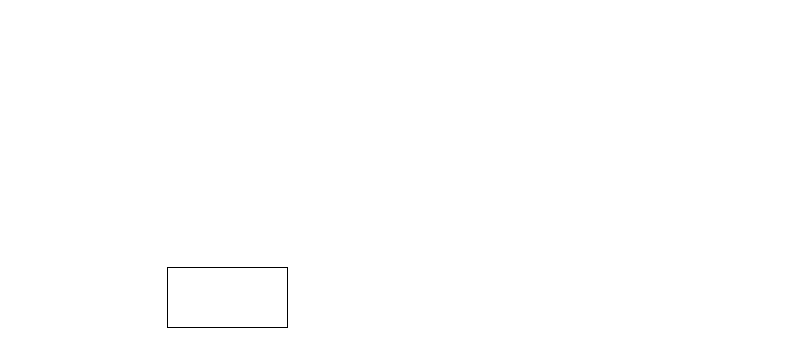
The draw.io diagram docs/Untitled Diagram.drawio in bviran01/dental-claims, before the edit. Source tidied: cells renumbered, new cells numbered last; positions are measured from the earlier drawing's top-left corner, leaving out a move shared by most shapes. Both pictures are drawn from the tidied source at 100%, with x=0, y=0 at pixel (167, 267).
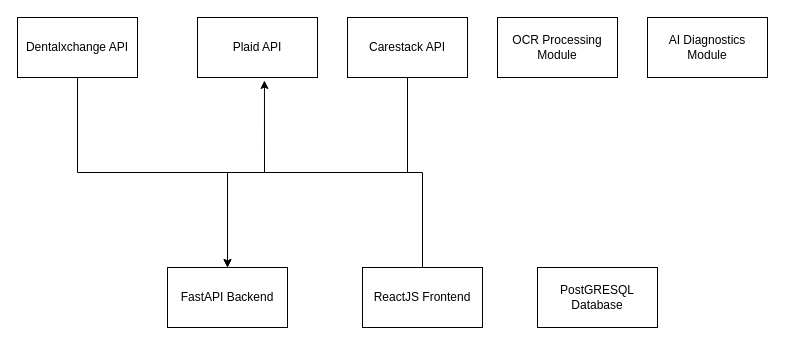
Above is the later version.

The edit, as a diff of the source:
```diff
@@
 <mxGraphModel>
   <root>
     <mxCell id="0" />
     <mxCell id="1" parent="0" />
-    <mxCell id="2" style="rounded=0;whiteSpace=wrap;html=1;" parent="1" vertex="1">
+    <mxCell id="2" value="FastAPI Backend" style="rounded=0;whiteSpace=wrap;html=1;" parent="1" vertex="1">
       <mxGeometry width="120" height="60" as="geometry" />
     </mxCell>
+    <mxCell id="3" value="ReactJS Frontend" style="rounded=0;whiteSpace=wrap;html=1;" parent="1" vertex="1">
+      <mxGeometry x="195" width="120" height="60" as="geometry" />
+    </mxCell>
+    <mxCell id="4" value="PostGRESQL Database" style="rounded=0;whiteSpace=wrap;html=1;" parent="1" vertex="1">
+      <mxGeometry x="370" width="120" height="60" as="geometry" />
+    </mxCell>
+    <mxCell id="5" style="edgeStyle=orthogonalEdgeStyle;rounded=0;jettySize=auto;html=1;exitX=0.5;exitY=1;exitDx=0;exitDy=0;entryX=0.5;entryY=0;entryDx=0;entryDy=0;" parent="1" edge="1" source="6" target="2">
+      <mxGeometry relative="1" as="geometry" />
+    </mxCell>
+    <mxCell id="6" value="Dentalxchange API" style="rounded=0;whiteSpace=wrap;html=1;" parent="1" vertex="1">
+      <mxGeometry x="-150" y="-250" width="120" height="60" as="geometry" />
+    </mxCell>
+    <mxCell id="7" value="Plaid API" style="rounded=0;whiteSpace=wrap;html=1;" parent="1" vertex="1">
+      <mxGeometry x="30" y="-250" width="120" height="60" as="geometry" />
+    </mxCell>
+    <mxCell id="8" style="edgeStyle=orthogonalEdgeStyle;rounded=0;jettySize=auto;html=1;exitX=0.5;exitY=1;exitDx=0;exitDy=0;entryX=0.5;entryY=0;entryDx=0;entryDy=0;" parent="1" edge="1" source="9" target="2">
+      <mxGeometry relative="1" as="geometry" />
+    </mxCell>
+    <mxCell id="9" value="Carestack API" style="rounded=0;whiteSpace=wrap;html=1;" parent="1" vertex="1">
+      <mxGeometry x="180" y="-250" width="120" height="60" as="geometry" />
+    </mxCell>
+    <mxCell id="10" value="OCR Processing Module" style="rounded=0;whiteSpace=wrap;html=1;" parent="1" vertex="1">
+      <mxGeometry x="330" y="-250" width="120" height="60" as="geometry" />
+    </mxCell>
+    <mxCell id="11" value="AI Diagnostics Module" style="rounded=0;whiteSpace=wrap;html=1;" parent="1" vertex="1">
+      <mxGeometry x="480" y="-250" width="120" height="60" as="geometry" />
+    </mxCell>
+    <mxCell id="12" style="edgeStyle=orthogonalEdgeStyle;rounded=0;jettySize=auto;html=1;exitX=0.5;exitY=0;exitDx=0;exitDy=0;entryX=0.558;entryY=1.05;entryDx=0;entryDy=0;entryPerimeter=0;" parent="1" edge="1" source="3" target="7">
+      <mxGeometry relative="1" as="geometry" />
+    </mxCell>
   </root>
 </mxGraphModel>
```
